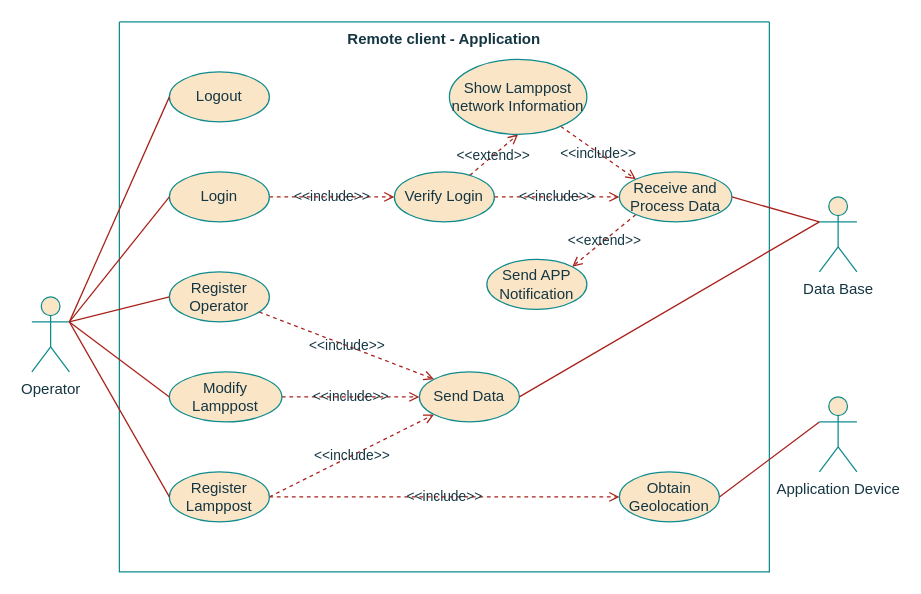
Before: page "AppSystem_UseCases" (1 of 6) of project/report/flowcharts/RemoteSystem.drawio in ESRGgroup9/slipad, a draw.io diagram. Source tidied: cells renumbered, new cells numbered last; positions are measured from the earlier drawing's top-left corner, leaving out a move shared by most shapes. Both pictures are drawn from the tidied source at 125%, with x=0, y=0 at pixel (31, 21).
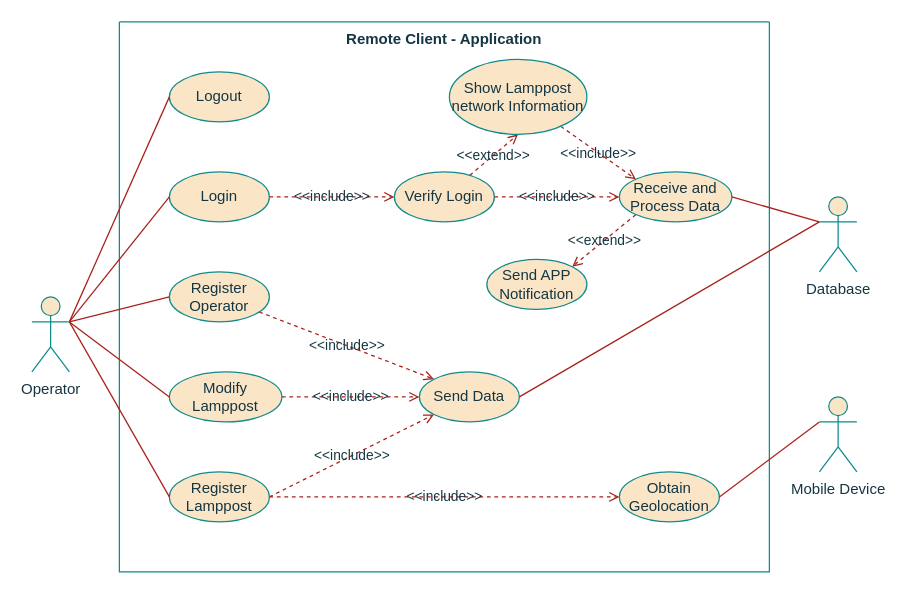
Above is the later version.

Change to the diagram source:
```diff
@@
-    <mxCell id="2" value="Remote client - Application " style="swimlane;startSize=0;verticalAlign=top;fillColor=#FAE5C7;strokeColor=#0F8B8D;fontColor=#143642;" parent="1" vertex="1">
+    <mxCell id="2" value="Remote Client - Application " style="swimlane;startSize=0;verticalAlign=top;fillColor=#FAE5C7;strokeColor=#0F8B8D;fontColor=#143642;" parent="1" vertex="1">
       <mxGeometry x="70" width="520" height="440" as="geometry" />
     </mxCell>
@@
-    <mxCell id="24" value="Application Device" style="shape=umlActor;verticalLabelPosition=bottom;verticalAlign=top;html=1;outlineConnect=0;fillColor=#FAE5C7;strokeColor=#0F8B8D;fontColor=#143642;" parent="1" vertex="1">
+    <mxCell id="24" value="Mobile Device" style="shape=umlActor;verticalLabelPosition=bottom;verticalAlign=top;html=1;outlineConnect=0;fillColor=#FAE5C7;strokeColor=#0F8B8D;fontColor=#143642;" parent="1" vertex="1">
       <mxGeometry x="630" y="300" width="30" height="60" as="geometry" />
     </mxCell>
@@
-    <mxCell id="33" value="Data Base" style="shape=umlActor;verticalLabelPosition=bottom;verticalAlign=top;html=1;outlineConnect=0;fillColor=#FAE5C7;strokeColor=#0F8B8D;fontColor=#143642;" parent="1" vertex="1">
+    <mxCell id="33" value="&lt;div&gt;Database&lt;/div&gt;" style="shape=umlActor;verticalLabelPosition=bottom;verticalAlign=top;html=1;outlineConnect=0;fillColor=#FAE5C7;strokeColor=#0F8B8D;fontColor=#143642;" parent="1" vertex="1">
       <mxGeometry x="630" y="140" width="30" height="60" as="geometry" />
     </mxCell>
```
